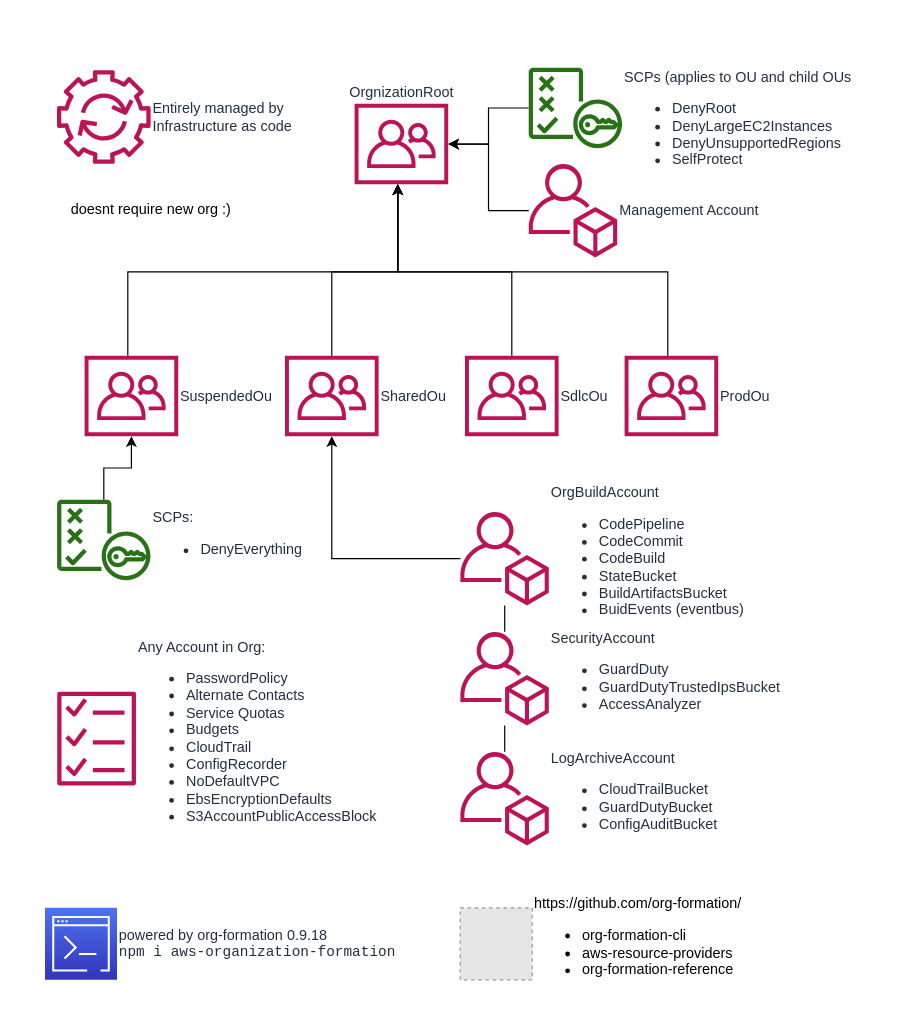
Above: docs/reference-arch.drawio in org-formation/org-formation-reference (draw.io), before the change. Source tidied: cells renumbered, new cells numbered last; positions are measured from the earlier drawing's top-left corner, leaving out a move shared by most shapes. Both pictures are drawn from the tidied source at 120%, with x=0, y=0 at pixel (20, 43). Pictures stored in the file or linked from it are replaced by grey dashed boxes.
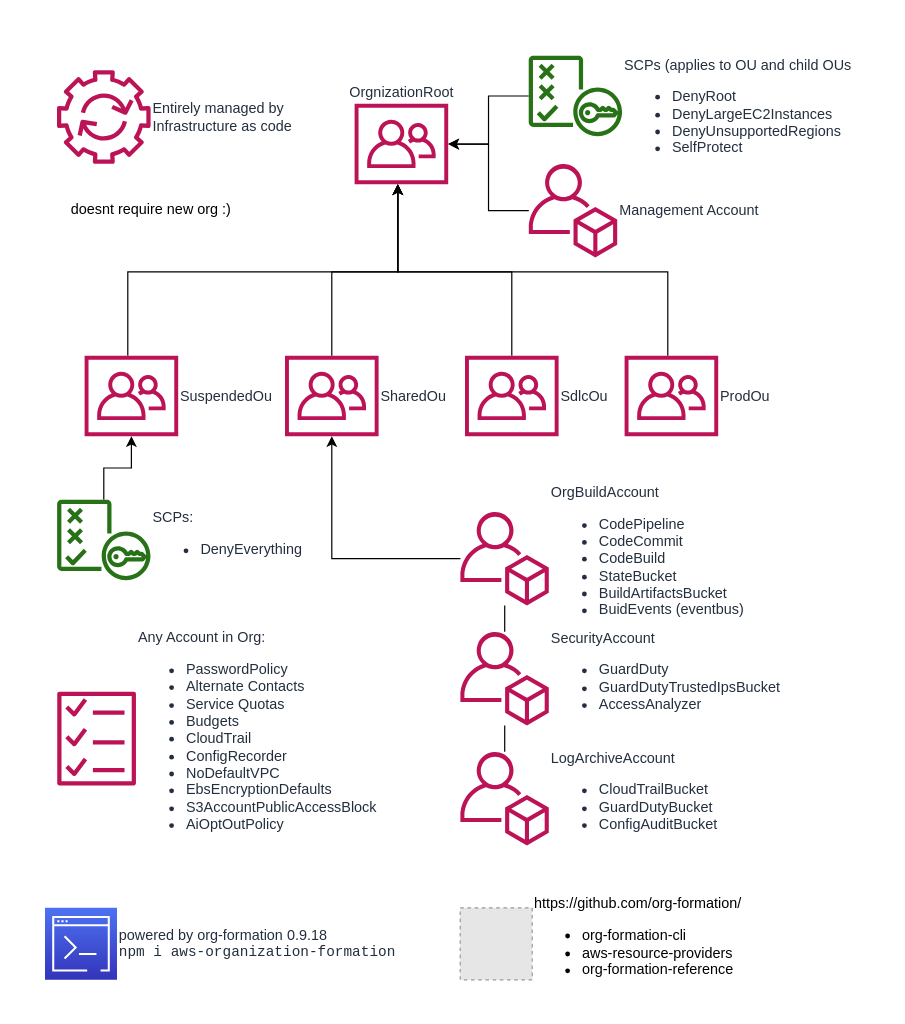
After the change.

Change to the diagram source:
```diff
@@
     <mxCell id="12" value="&lt;br&gt;&lt;br&gt;SCPs (applies to OU and child OUs&lt;br&gt;&lt;ul&gt;&lt;li&gt;DenyRoot&lt;/li&gt;&lt;li&gt;DenyLargeEC2Instances&lt;/li&gt;&lt;li&gt;DenyUnsupportedRegions&lt;/li&gt;&lt;li&gt;SelfProtect&lt;/li&gt;&lt;/ul&gt;" style="outlineConnect=0;fontColor=#232F3E;gradientColor=none;fillColor=#277116;strokeColor=none;dashed=0;verticalLabelPosition=middle;verticalAlign=middle;align=left;html=1;fontSize=12;fontStyle=0;shape=mxgraph.aws4.policy;labelPosition=right;" parent="1" vertex="1">
-      <mxGeometry x="423" y="20" width="78" height="67" as="geometry" />
+      <mxGeometry x="423" y="10" width="78" height="67" as="geometry" />
     </mxCell>
@@
-    <mxCell id="24" value="Any Account in Org:&lt;br&gt;&lt;ul&gt;&lt;li&gt;PasswordPolicy&lt;/li&gt;&lt;li&gt;Alternate Contacts&lt;br&gt;&lt;/li&gt;&lt;li&gt;Service Quotas&lt;/li&gt;&lt;li&gt;Budgets&lt;br&gt;&lt;/li&gt;&lt;li&gt;CloudTrail&lt;/li&gt;&lt;li&gt;ConfigRecorder&lt;/li&gt;&lt;li&gt;NoDefaultVPC&lt;/li&gt;&lt;li&gt;EbsEncryptionDefaults&lt;/li&gt;&lt;li&gt;S3AccountPublicAccessBlock&lt;/li&gt;&lt;/ul&gt;" style="fontColor=#232F3E;gradientColor=none;fillColor=#BC1356;strokeColor=none;dashed=0;verticalLabelPosition=middle;verticalAlign=middle;align=left;html=1;fontSize=12;fontStyle=0;shape=mxgraph.aws4.checklist;labelBackgroundColor=none;labelPosition=right;" parent="1" vertex="1">
+    <mxCell id="24" value="Any Account in Org:&lt;br&gt;&lt;ul&gt;&lt;li&gt;PasswordPolicy&lt;/li&gt;&lt;li&gt;Alternate Contacts&lt;br&gt;&lt;/li&gt;&lt;li&gt;Service Quotas&lt;/li&gt;&lt;li&gt;Budgets&lt;br&gt;&lt;/li&gt;&lt;li&gt;CloudTrail&lt;/li&gt;&lt;li&gt;ConfigRecorder&lt;/li&gt;&lt;li&gt;NoDefaultVPC&lt;/li&gt;&lt;li&gt;EbsEncryptionDefaults&lt;/li&gt;&lt;li&gt;S3AccountPublicAccessBlock&lt;/li&gt;&lt;li&gt;AiOptOutPolicy&lt;br&gt;&lt;/li&gt;&lt;/ul&gt;" style="fontColor=#232F3E;gradientColor=none;fillColor=#BC1356;strokeColor=none;dashed=0;verticalLabelPosition=middle;verticalAlign=middle;align=left;html=1;fontSize=12;fontStyle=0;shape=mxgraph.aws4.checklist;labelBackgroundColor=none;labelPosition=right;" parent="1" vertex="1">
       <mxGeometry x="30" y="540" width="66" height="78" as="geometry" />
     </mxCell>
```
